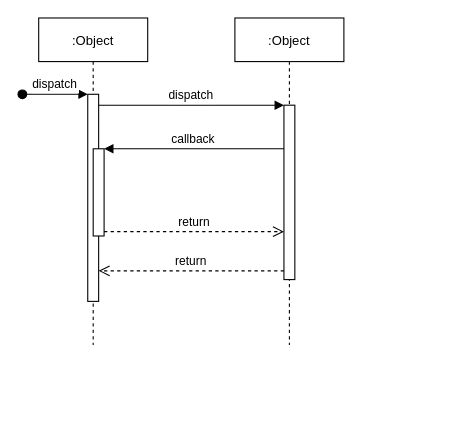
Above: Untitled Diagram.drawio in nianwu/blog (draw.io), before the change. Source tidied: cells renumbered, new cells numbered last; positions are measured from the earlier drawing's top-left corner, leaving out a move shared by most shapes. Both pictures are drawn from the tidied source at 109%, with x=0, y=0 at pixel (22, 17).
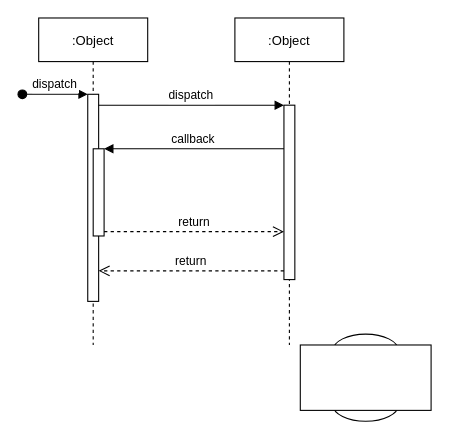
Above is the later version.

Change to the diagram source:
```diff
@@
 <mxGraphModel>
   <root>
     <mxCell id="0" />
     <mxCell id="1" parent="0" />
     <mxCell id="2" value=":Object" style="shape=umlLifeline;perimeter=lifelinePerimeter;rounded=0;shadow=0;strokeWidth=1;" parent="1" vertex="1">
       <mxGeometry x="15" width="100" height="300" as="geometry" />
     </mxCell>
     <mxCell id="3" style="points=[];perimeter=orthogonalPerimeter;rounded=0;shadow=0;strokeWidth=1;" parent="2" vertex="1">
       <mxGeometry x="45" y="70" width="10" height="190" as="geometry" />
     </mxCell>
     <mxCell id="4" value="dispatch" style="verticalAlign=bottom;startArrow=oval;endArrow=block;startSize=8;shadow=0;strokeWidth=1;" parent="2" edge="1" target="3">
       <mxGeometry relative="1" as="geometry">
         <mxPoint x="-15" y="70" as="sourcePoint" />
       </mxGeometry>
     </mxCell>
     <mxCell id="5" style="points=[];perimeter=orthogonalPerimeter;rounded=0;shadow=0;strokeWidth=1;" parent="2" vertex="1">
       <mxGeometry x="50" y="120" width="10" height="80" as="geometry" />
     </mxCell>
     <mxCell id="6" value=":Object" style="shape=umlLifeline;perimeter=lifelinePerimeter;rounded=0;shadow=0;strokeWidth=1;" parent="1" vertex="1">
       <mxGeometry x="195" width="100" height="300" as="geometry" />
     </mxCell>
     <mxCell id="7" style="points=[];perimeter=orthogonalPerimeter;rounded=0;shadow=0;strokeWidth=1;" parent="6" vertex="1">
       <mxGeometry x="45" y="80" width="10" height="160" as="geometry" />
     </mxCell>
     <mxCell id="8" value="return" style="verticalAlign=bottom;endArrow=open;dashed=1;endSize=8;exitX=0;exitY=0.95;shadow=0;strokeWidth=1;" parent="1" edge="1" source="7" target="3">
       <mxGeometry relative="1" as="geometry" />
     </mxCell>
     <mxCell id="9" value="dispatch" style="verticalAlign=bottom;endArrow=block;entryX=0;entryY=0;shadow=0;strokeWidth=1;" parent="1" edge="1" source="3" target="7">
       <mxGeometry relative="1" as="geometry" />
     </mxCell>
     <mxCell id="10" value="callback" style="verticalAlign=bottom;endArrow=block;entryX=1;entryY=0;shadow=0;strokeWidth=1;" parent="1" edge="1" source="7" target="5">
       <mxGeometry relative="1" as="geometry" />
     </mxCell>
     <mxCell id="11" value="return" style="verticalAlign=bottom;endArrow=open;dashed=1;endSize=8;exitX=1;exitY=0.95;shadow=0;strokeWidth=1;" parent="1" edge="1" source="5" target="7">
       <mxGeometry relative="1" as="geometry" />
     </mxCell>
+    <mxCell id="12" style="shape=cylinder3;whiteSpace=wrap;html=1;boundedLbl=1;backgroundOutline=1;size=15;" parent="1" vertex="1">
+      <mxGeometry x="285" y="290" width="60" height="80" as="geometry" />
+    </mxCell>
+    <mxCell id="13" style="rounded=0;whiteSpace=wrap;html=1;" parent="1" vertex="1">
+      <mxGeometry x="255" y="300" width="120" height="60" as="geometry" />
+    </mxCell>
   </root>
 </mxGraphModel>
```
